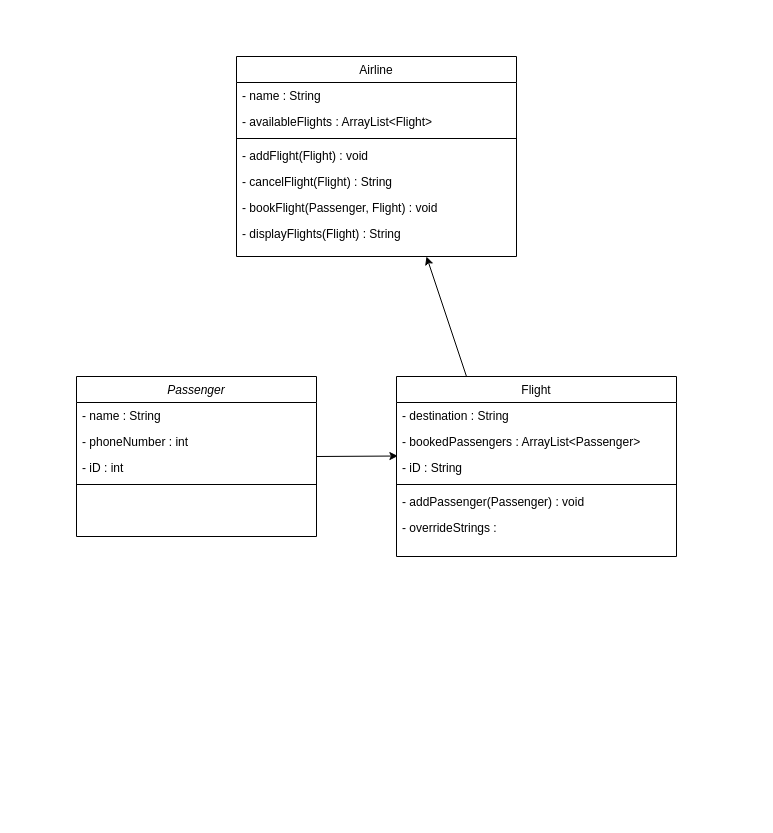
Earlier version of the draw.io diagram AirlineUML.drawio (bendesousa/airline_cli_lab). Source tidied: cells renumbered, new cells numbered last; positions are measured from the earlier drawing's top-left corner, leaving out a move shared by most shapes. Both pictures are drawn from the tidied source at 100%, with x=0, y=0 at pixel (76, 56).
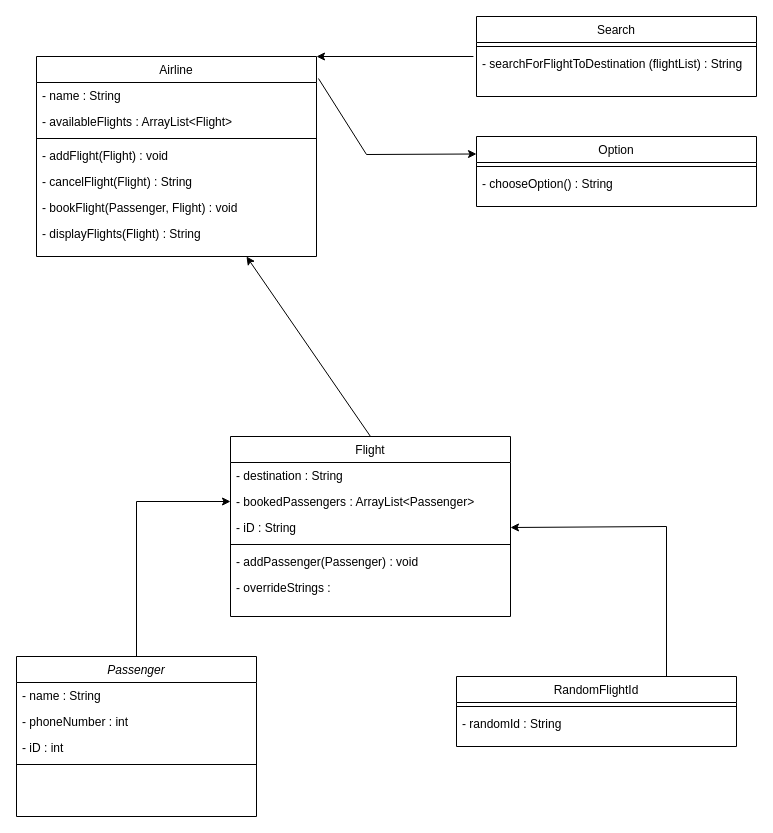
The same diagram, later.

Unchanged cells that the change refers to:
```xml
<mxCell id="9" value="- bookedPassengers : ArrayList&lt;Passenger&gt;" style="text;align=left;verticalAlign=top;spacingLeft=4;spacingRight=4;overflow=hidden;points=[[0,0.5],[1,0.5]];portConstraint=eastwest;rounded=0;shadow=0;html=0;" parent="7" vertex="1">
  <mxGeometry y="52" width="280" height="26" as="geometry" />
</mxCell>
<mxCell id="10" value="- iD : String" style="text;align=left;verticalAlign=top;spacingLeft=4;spacingRight=4;overflow=hidden;points=[[0,0.5],[1,0.5]];portConstraint=eastwest;rounded=0;shadow=0;html=0;" parent="7" vertex="1">
  <mxGeometry y="78" width="280" height="26" as="geometry" />
</mxCell>
```

What changed in the source:
```diff
@@
     <mxCell id="2" value="Passenger" style="swimlane;fontStyle=2;align=center;verticalAlign=top;horizontal=1;startSize=26;rounded=0;shadow=0;strokeWidth=1;" parent="1" vertex="1">
-      <mxGeometry y="320" width="240" height="160" as="geometry" />
+      <mxGeometry x="-60" y="600" width="240" height="160" as="geometry" />
     </mxCell>
@@
     <mxCell id="7" value="Flight" style="swimlane;fontStyle=0;align=center;verticalAlign=top;horizontal=1;startSize=26;rounded=0;shadow=0;strokeWidth=1;" parent="1" vertex="1">
-      <mxGeometry x="320" y="320" width="280" height="180" as="geometry" />
+      <mxGeometry x="154" y="380" width="280" height="180" as="geometry" />
     </mxCell>
@@
     <mxCell id="14" value="Airline" style="swimlane;fontStyle=0;align=center;verticalAlign=top;horizontal=1;startSize=26;rounded=0;shadow=0;strokeWidth=1;" parent="1" vertex="1">
-      <mxGeometry x="160" width="280" height="200" as="geometry" />
+      <mxGeometry x="-40" width="280" height="200" as="geometry" />
     </mxCell>
@@
-    <mxCell id="22" style="endArrow=classic;html=1;rounded=0;entryX=0.005;entryY=0.058;entryDx=0;entryDy=0;entryPerimeter=0;" parent="1" edge="1" target="10">
+    <mxCell id="22" style="endArrow=classic;html=1;rounded=0;entryX=0;entryY=0.5;entryDx=0;entryDy=0;exitX=0.5;exitY=0;exitDx=0;exitDy=0;" parent="1" edge="1" source="2" target="9">
       <mxGeometry relative="1" as="geometry">
-        <mxPoint x="240" y="400" as="sourcePoint" />
+        <Array as="points">
+          <mxPoint x="60" y="445" />
+        </Array>
       </mxGeometry>
     </mxCell>
-    <mxCell id="23" style="endArrow=classic;html=1;rounded=0;" parent="1" edge="1">
-      <mxGeometry relative="1" as="geometry">
-        <mxPoint x="390" y="320" as="sourcePoint" />
-        <mxPoint x="350" y="200" as="targetPoint" />
-      </mxGeometry>
+    <mxCell id="23" style="endArrow=classic;html=1;rounded=0;entryX=0.75;entryY=1;entryDx=0;entryDy=0;exitX=0.5;exitY=0;exitDx=0;exitDy=0;" parent="1" edge="1" source="7" target="14">
+      <mxGeometry relative="1" as="geometry" />
     </mxCell>
+    <mxCell id="24" value="Search" style="swimlane;fontStyle=0;align=center;verticalAlign=top;horizontal=1;startSize=26;rounded=0;shadow=0;strokeWidth=1;" parent="1" vertex="1">
+      <mxGeometry x="400" y="-40" width="280" height="80" as="geometry" />
+    </mxCell>
+    <mxCell id="25" style="line;html=1;strokeWidth=1;align=left;verticalAlign=middle;spacingTop=-1;spacingLeft=3;spacingRight=3;labelPosition=right;" parent="24" vertex="1">
+      <mxGeometry y="26" width="280" height="8" as="geometry" />
+    </mxCell>
+    <mxCell id="26" value="- searchForFlightToDestination (flightList) : String" style="text;align=left;verticalAlign=top;spacingLeft=4;spacingRight=4;overflow=hidden;points=[[0,0.5],[1,0.5]];portConstraint=eastwest;" parent="24" vertex="1">
+      <mxGeometry y="34" width="280" height="26" as="geometry" />
+    </mxCell>
+    <mxCell id="27" style="endArrow=classic;html=1;rounded=0;entryX=1;entryY=0;entryDx=0;entryDy=0;exitX=-0.011;exitY=0.231;exitDx=0;exitDy=0;exitPerimeter=0;" parent="1" edge="1" source="26" target="14">
+      <mxGeometry relative="1" as="geometry" />
+    </mxCell>
+    <mxCell id="28" value="Option" style="swimlane;fontStyle=0;align=center;verticalAlign=top;horizontal=1;startSize=26;rounded=0;shadow=0;strokeWidth=1;" parent="1" vertex="1">
+      <mxGeometry x="400" y="80" width="280" height="70" as="geometry" />
+    </mxCell>
+    <mxCell id="29" style="line;html=1;strokeWidth=1;align=left;verticalAlign=middle;spacingTop=-1;spacingLeft=3;spacingRight=3;labelPosition=right;" parent="28" vertex="1">
+      <mxGeometry y="26" width="280" height="8" as="geometry" />
+    </mxCell>
+    <mxCell id="30" value="- chooseOption() : String " style="text;align=left;verticalAlign=top;spacingLeft=4;spacingRight=4;overflow=hidden;" parent="28" vertex="1">
+      <mxGeometry y="34" width="280" height="26" as="geometry" />
+    </mxCell>
+    <mxCell id="31" style="endArrow=classic;html=1;rounded=0;exitX=1.007;exitY=0.11;exitDx=0;exitDy=0;exitPerimeter=0;entryX=0;entryY=0.25;entryDx=0;entryDy=0;" parent="1" edge="1" source="14" target="28">
+      <mxGeometry relative="1" as="geometry">
+        <Array as="points">
+          <mxPoint x="290" y="98" />
+        </Array>
+      </mxGeometry>
+    </mxCell>
+    <mxCell id="32" value="RandomFlightId" style="swimlane;fontStyle=0;align=center;verticalAlign=top;horizontal=1;startSize=26;rounded=0;shadow=0;strokeWidth=1;" parent="1" vertex="1">
+      <mxGeometry x="380" y="620" width="280" height="70" as="geometry" />
+    </mxCell>
+    <mxCell id="33" style="line;html=1;strokeWidth=1;align=left;verticalAlign=middle;spacingTop=-1;spacingLeft=3;spacingRight=3;labelPosition=right;" parent="32" vertex="1">
+      <mxGeometry y="26" width="280" height="8" as="geometry" />
+    </mxCell>
+    <mxCell id="34" value="- randomId : String" style="text;align=left;verticalAlign=top;spacingLeft=4;spacingRight=4;overflow=hidden;" parent="32" vertex="1">
+      <mxGeometry y="34" width="280" height="26" as="geometry" />
+    </mxCell>
+    <mxCell id="35" style="endArrow=classic;html=1;rounded=0;exitX=0.75;exitY=0;exitDx=0;exitDy=0;entryX=1;entryY=0.5;entryDx=0;entryDy=0;" parent="1" edge="1" source="32" target="10">
+      <mxGeometry relative="1" as="geometry">
+        <Array as="points">
+          <mxPoint x="590" y="470" />
+        </Array>
+      </mxGeometry>
+    </mxCell>
```
